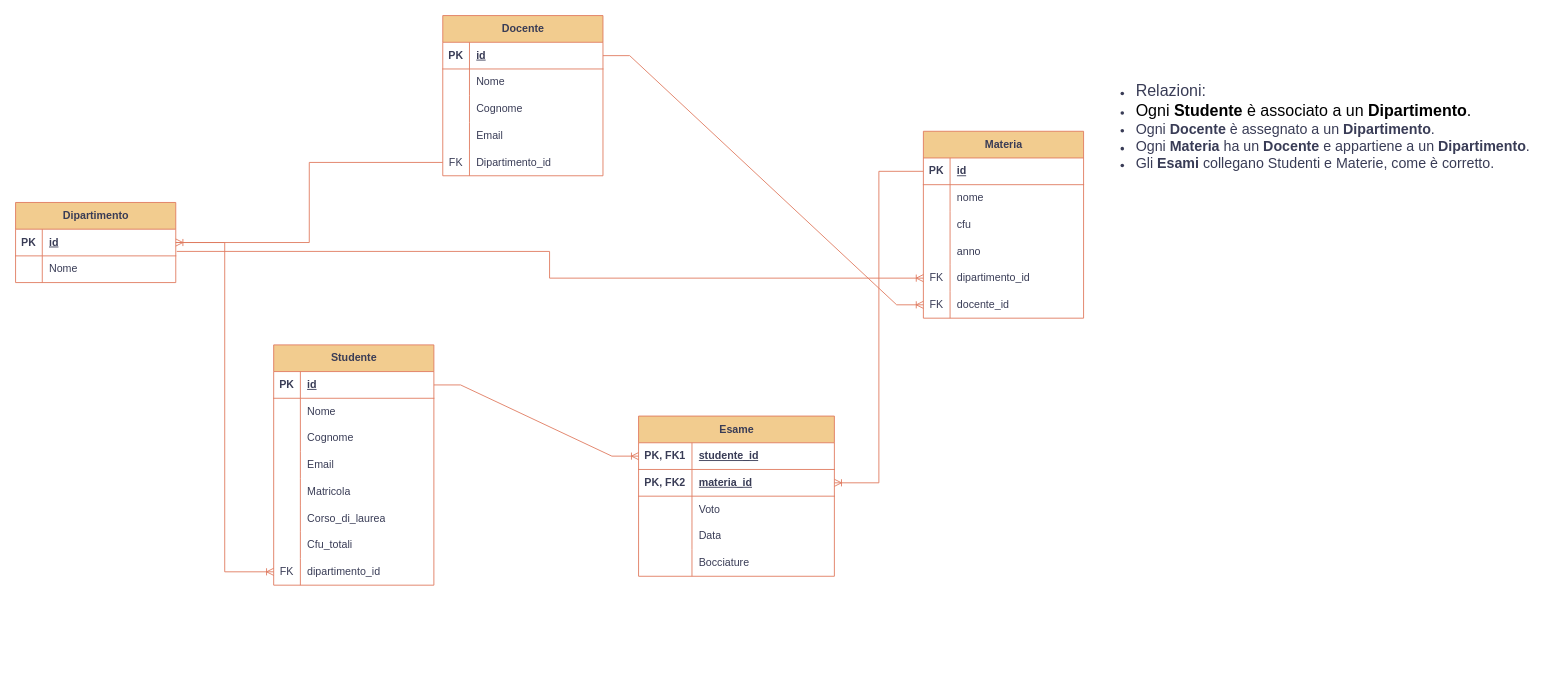
Above: Universita/doc/Diagramma senza titolo.drawio in ZetaTeo/ProgettoR_Universita (draw.io), before the change. Source tidied: cells renumbered, new cells numbered last; positions are measured from the earlier drawing's top-left corner, leaving out a move shared by most shapes. Both pictures are drawn from the tidied source at 89%, with x=0, y=0 at pixel (15, 15).
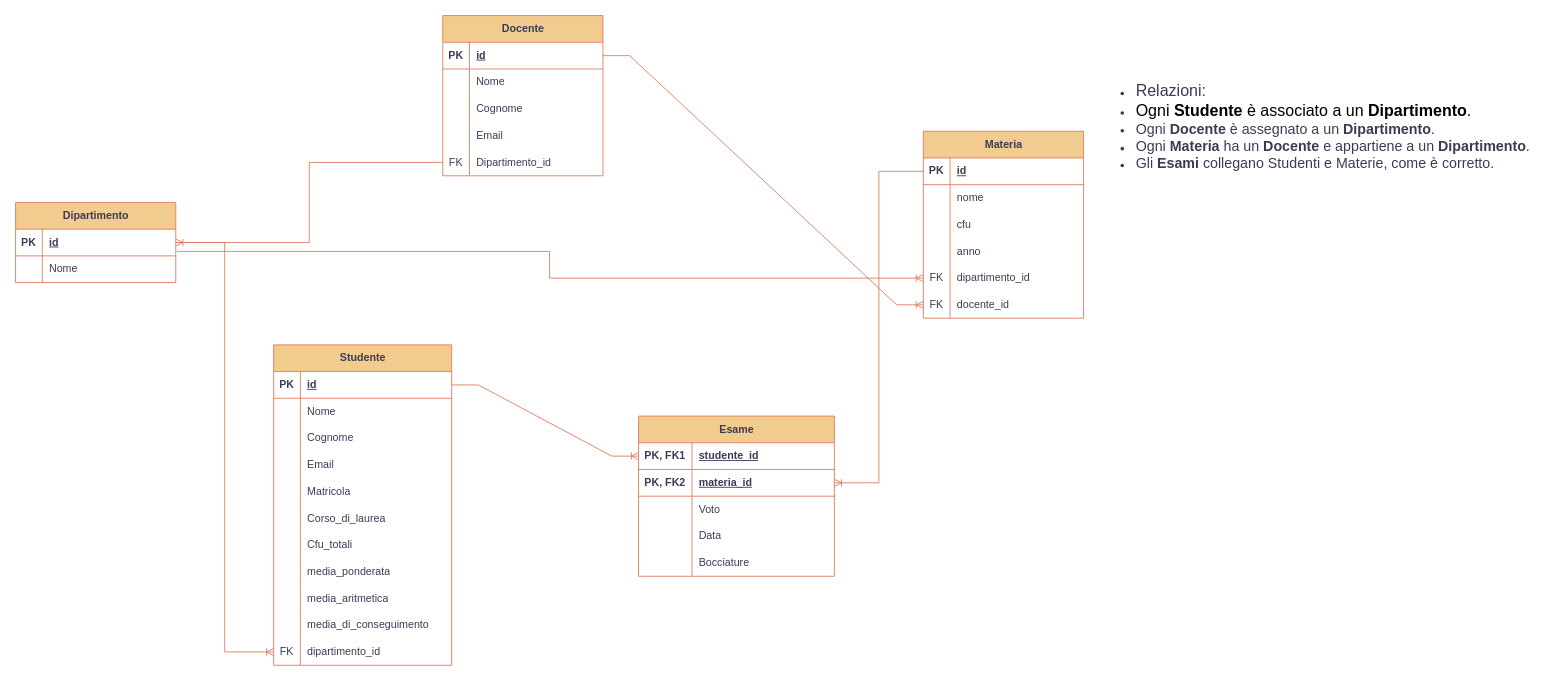
After the change.

The edit, as a diff of the source:
```diff
@@
     <mxCell id="9" value="Studente" style="shape=table;startSize=30;childLayout=tableLayout;rowLines=0;fontStyle=1;align=center;html=1;labelBackgroundColor=none;fillColor=#F2CC8F;strokeColor=#E07A5F;fontColor=#393C56;" parent="1" vertex="1">
-      <mxGeometry x="290" y="370" width="180" height="270" as="geometry" />
+      <mxGeometry x="290" y="370" width="200" height="360" as="geometry" />
     </mxCell>
     <mxCell id="10" style="shape=tableRow;horizontal=0;startSize=0;swimlaneHead=0;swimlaneBody=0;fillColor=none;points=[[0,0.5],[1,0.5]];portConstraint=eastwest;top=0;left=0;right=0;bottom=1;labelBackgroundColor=none;strokeColor=#E07A5F;fontColor=#393C56;" parent="9" vertex="1">
-      <mxGeometry y="30" width="180" height="30" as="geometry" />
+      <mxGeometry y="30" width="200" height="30" as="geometry" />
     </mxCell>
@@
     <mxCell id="12" value="id&lt;span style=&quot;white-space: pre;&quot;&gt;&#9;&lt;/span&gt;" style="shape=partialRectangle;fillColor=none;top=0;left=0;bottom=0;right=0;align=left;spacingLeft=6;fontStyle=5;overflow=hidden;whiteSpace=wrap;html=1;labelBackgroundColor=none;strokeColor=#E07A5F;fontColor=#393C56;" parent="10" vertex="1">
-      <mxGeometry x="30" width="150" height="30" as="geometry" />
+      <mxGeometry x="30" width="170" height="30" as="geometry" />
     </mxCell>
     <mxCell id="13" style="shape=tableRow;horizontal=0;startSize=0;swimlaneHead=0;swimlaneBody=0;fillColor=none;top=0;left=0;right=0;bottom=0;labelBackgroundColor=none;strokeColor=#E07A5F;fontColor=#393C56;" parent="9" vertex="1">
-      <mxGeometry y="60" width="180" height="30" as="geometry" />
+      <mxGeometry y="60" width="200" height="30" as="geometry" />
     </mxCell>
@@
     <mxCell id="15" value="Nome" style="shape=partialRectangle;fillColor=none;top=0;left=0;bottom=0;right=0;align=left;spacingLeft=6;overflow=hidden;whiteSpace=wrap;html=1;labelBackgroundColor=none;strokeColor=#E07A5F;fontColor=#393C56;" parent="13" vertex="1">
-      <mxGeometry x="30" width="150" height="30" as="geometry" />
+      <mxGeometry x="30" width="170" height="30" as="geometry" />
     </mxCell>
     <mxCell id="16" style="shape=tableRow;horizontal=0;startSize=0;swimlaneHead=0;swimlaneBody=0;fillColor=none;top=0;left=0;right=0;bottom=0;labelBackgroundColor=none;strokeColor=#E07A5F;fontColor=#393C56;" parent="9" vertex="1">
-      <mxGeometry y="90" width="180" height="30" as="geometry" />
+      <mxGeometry y="90" width="200" height="30" as="geometry" />
     </mxCell>
@@
     <mxCell id="18" value="Cognome" style="shape=partialRectangle;fillColor=none;top=0;left=0;bottom=0;right=0;align=left;spacingLeft=6;overflow=hidden;whiteSpace=wrap;html=1;labelBackgroundColor=none;strokeColor=#E07A5F;fontColor=#393C56;" parent="16" vertex="1">
-      <mxGeometry x="30" width="150" height="30" as="geometry" />
+      <mxGeometry x="30" width="170" height="30" as="geometry" />
     </mxCell>
     <mxCell id="19" style="shape=tableRow;horizontal=0;startSize=0;swimlaneHead=0;swimlaneBody=0;fillColor=none;top=0;left=0;right=0;bottom=0;labelBackgroundColor=none;strokeColor=#E07A5F;fontColor=#393C56;" parent="9" vertex="1">
-      <mxGeometry y="120" width="180" height="30" as="geometry" />
+      <mxGeometry y="120" width="200" height="30" as="geometry" />
     </mxCell>
@@
     <mxCell id="21" value="Email" style="shape=partialRectangle;fillColor=none;top=0;left=0;bottom=0;right=0;align=left;spacingLeft=6;overflow=hidden;whiteSpace=wrap;html=1;labelBackgroundColor=none;strokeColor=#E07A5F;fontColor=#393C56;" parent="19" vertex="1">
-      <mxGeometry x="30" width="150" height="30" as="geometry" />
+      <mxGeometry x="30" width="170" height="30" as="geometry" />
     </mxCell>
     <mxCell id="22" style="shape=tableRow;horizontal=0;startSize=0;swimlaneHead=0;swimlaneBody=0;fillColor=none;top=0;left=0;right=0;bottom=0;labelBackgroundColor=none;strokeColor=#E07A5F;fontColor=#393C56;" parent="9" vertex="1">
-      <mxGeometry y="150" width="180" height="30" as="geometry" />
+      <mxGeometry y="150" width="200" height="30" as="geometry" />
     </mxCell>
@@
     <mxCell id="24" value="Matricola" style="shape=partialRectangle;fillColor=none;top=0;left=0;bottom=0;right=0;align=left;spacingLeft=6;overflow=hidden;whiteSpace=wrap;html=1;labelBackgroundColor=none;strokeColor=#E07A5F;fontColor=#393C56;" parent="22" vertex="1">
-      <mxGeometry x="30" width="150" height="30" as="geometry" />
+      <mxGeometry x="30" width="170" height="30" as="geometry" />
     </mxCell>
     <mxCell id="25" style="shape=tableRow;horizontal=0;startSize=0;swimlaneHead=0;swimlaneBody=0;fillColor=none;top=0;left=0;right=0;bottom=0;labelBackgroundColor=none;strokeColor=#E07A5F;fontColor=#393C56;" parent="9" vertex="1">
-      <mxGeometry y="180" width="180" height="30" as="geometry" />
+      <mxGeometry y="180" width="200" height="30" as="geometry" />
     </mxCell>
@@
     <mxCell id="27" value="Corso_di_laurea" style="shape=partialRectangle;fillColor=none;top=0;left=0;bottom=0;right=0;align=left;spacingLeft=6;overflow=hidden;whiteSpace=wrap;html=1;labelBackgroundColor=none;strokeColor=#E07A5F;fontColor=#393C56;" parent="25" vertex="1">
-      <mxGeometry x="30" width="150" height="30" as="geometry" />
+      <mxGeometry x="30" width="170" height="30" as="geometry" />
     </mxCell>
     <mxCell id="28" style="shape=tableRow;horizontal=0;startSize=0;swimlaneHead=0;swimlaneBody=0;fillColor=none;top=0;left=0;right=0;bottom=0;labelBackgroundColor=none;strokeColor=#E07A5F;fontColor=#393C56;" parent="9" vertex="1">
-      <mxGeometry y="210" width="180" height="30" as="geometry" />
+      <mxGeometry y="210" width="200" height="30" as="geometry" />
     </mxCell>
@@
     <mxCell id="30" value="Cfu_totali" style="shape=partialRectangle;fillColor=none;top=0;left=0;bottom=0;right=0;align=left;spacingLeft=6;overflow=hidden;whiteSpace=wrap;html=1;labelBackgroundColor=none;strokeColor=#E07A5F;fontColor=#393C56;" parent="28" vertex="1">
-      <mxGeometry x="30" width="150" height="30" as="geometry" />
+      <mxGeometry x="30" width="170" height="30" as="geometry" />
     </mxCell>
+    <mxCell id="92" style="shape=tableRow;horizontal=0;startSize=0;swimlaneHead=0;swimlaneBody=0;fillColor=none;top=0;left=0;right=0;bottom=0;labelBackgroundColor=none;strokeColor=#E07A5F;fontColor=#393C56;" parent="9" vertex="1">
+      <mxGeometry y="240" width="200" height="30" as="geometry" />
+    </mxCell>
+    <mxCell id="93" style="shape=partialRectangle;fillColor=none;top=0;left=0;bottom=0;right=0;overflow=hidden;whiteSpace=wrap;html=1;labelBackgroundColor=none;strokeColor=#E07A5F;fontColor=#393C56;" parent="92" vertex="1">
+      <mxGeometry width="30" height="30" as="geometry" />
+    </mxCell>
+    <mxCell id="94" value="media_ponderata" style="shape=partialRectangle;fillColor=none;top=0;left=0;bottom=0;right=0;align=left;spacingLeft=6;overflow=hidden;whiteSpace=wrap;html=1;labelBackgroundColor=none;strokeColor=#E07A5F;fontColor=#393C56;" parent="92" vertex="1">
+      <mxGeometry x="30" width="170" height="30" as="geometry" />
+    </mxCell>
+    <mxCell id="95" style="shape=tableRow;horizontal=0;startSize=0;swimlaneHead=0;swimlaneBody=0;fillColor=none;top=0;left=0;right=0;bottom=0;labelBackgroundColor=none;strokeColor=#E07A5F;fontColor=#393C56;" parent="9" vertex="1">
+      <mxGeometry y="270" width="200" height="30" as="geometry" />
+    </mxCell>
+    <mxCell id="96" style="shape=partialRectangle;fillColor=none;top=0;left=0;bottom=0;right=0;overflow=hidden;whiteSpace=wrap;html=1;labelBackgroundColor=none;strokeColor=#E07A5F;fontColor=#393C56;" parent="95" vertex="1">
+      <mxGeometry width="30" height="30" as="geometry" />
+    </mxCell>
+    <mxCell id="97" value="media_aritmetica" style="shape=partialRectangle;fillColor=none;top=0;left=0;bottom=0;right=0;align=left;spacingLeft=6;overflow=hidden;whiteSpace=wrap;html=1;labelBackgroundColor=none;strokeColor=#E07A5F;fontColor=#393C56;" parent="95" vertex="1">
+      <mxGeometry x="30" width="170" height="30" as="geometry" />
+    </mxCell>
+    <mxCell id="98" style="shape=tableRow;horizontal=0;startSize=0;swimlaneHead=0;swimlaneBody=0;fillColor=none;top=0;left=0;right=0;bottom=0;labelBackgroundColor=none;strokeColor=#E07A5F;fontColor=#393C56;" parent="9" vertex="1">
+      <mxGeometry y="300" width="200" height="30" as="geometry" />
+    </mxCell>
+    <mxCell id="99" style="shape=partialRectangle;fillColor=none;top=0;left=0;bottom=0;right=0;overflow=hidden;whiteSpace=wrap;html=1;labelBackgroundColor=none;strokeColor=#E07A5F;fontColor=#393C56;" parent="98" vertex="1">
+      <mxGeometry width="30" height="30" as="geometry" />
+    </mxCell>
+    <mxCell id="100" value="media_di_conseguimento" style="shape=partialRectangle;fillColor=none;top=0;left=0;bottom=0;right=0;align=left;spacingLeft=6;overflow=hidden;whiteSpace=wrap;html=1;labelBackgroundColor=none;strokeColor=#E07A5F;fontColor=#393C56;" parent="98" vertex="1">
+      <mxGeometry x="30" width="170" height="30" as="geometry" />
+    </mxCell>
     <mxCell id="31" style="shape=tableRow;horizontal=0;startSize=0;swimlaneHead=0;swimlaneBody=0;fillColor=none;points=[[0,0.5],[1,0.5]];portConstraint=eastwest;top=0;left=0;right=0;bottom=0;labelBackgroundColor=none;strokeColor=#E07A5F;fontColor=#393C56;" parent="9" vertex="1">
-      <mxGeometry y="240" width="180" height="30" as="geometry" />
+      <mxGeometry y="330" width="200" height="30" as="geometry" />
     </mxCell>
@@
     <mxCell id="33" value="dipartimento_id" style="shape=partialRectangle;fillColor=none;top=0;left=0;bottom=0;right=0;align=left;spacingLeft=6;overflow=hidden;whiteSpace=wrap;html=1;labelBackgroundColor=none;strokeColor=#E07A5F;fontColor=#393C56;" parent="31" vertex="1">
-      <mxGeometry x="30" width="150" height="30" as="geometry" />
+      <mxGeometry x="30" width="170" height="30" as="geometry" />
     </mxCell>
```
